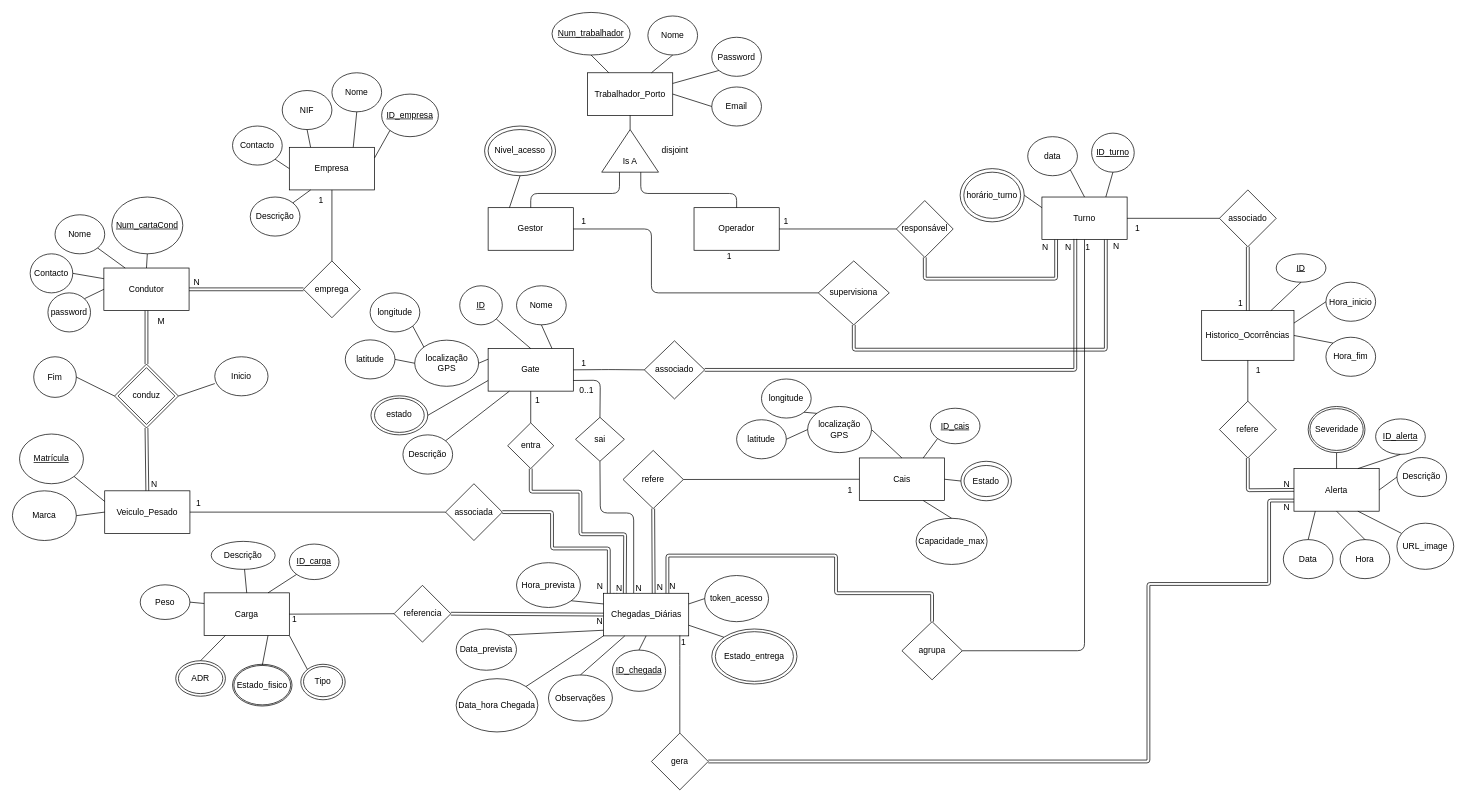
The draw.io diagram docs/BD/Relacional/DER-BD-IntelligentLogistics.drawio in PEI-HAZARDS/IntelligentLogistics, before the edit. Source tidied: cells renumbered, new cells numbered last; positions are measured from the earlier drawing's top-left corner, leaving out a move shared by most shapes. Both pictures are drawn from the tidied source at 71%, with x=0, y=0 at pixel (12, 12).
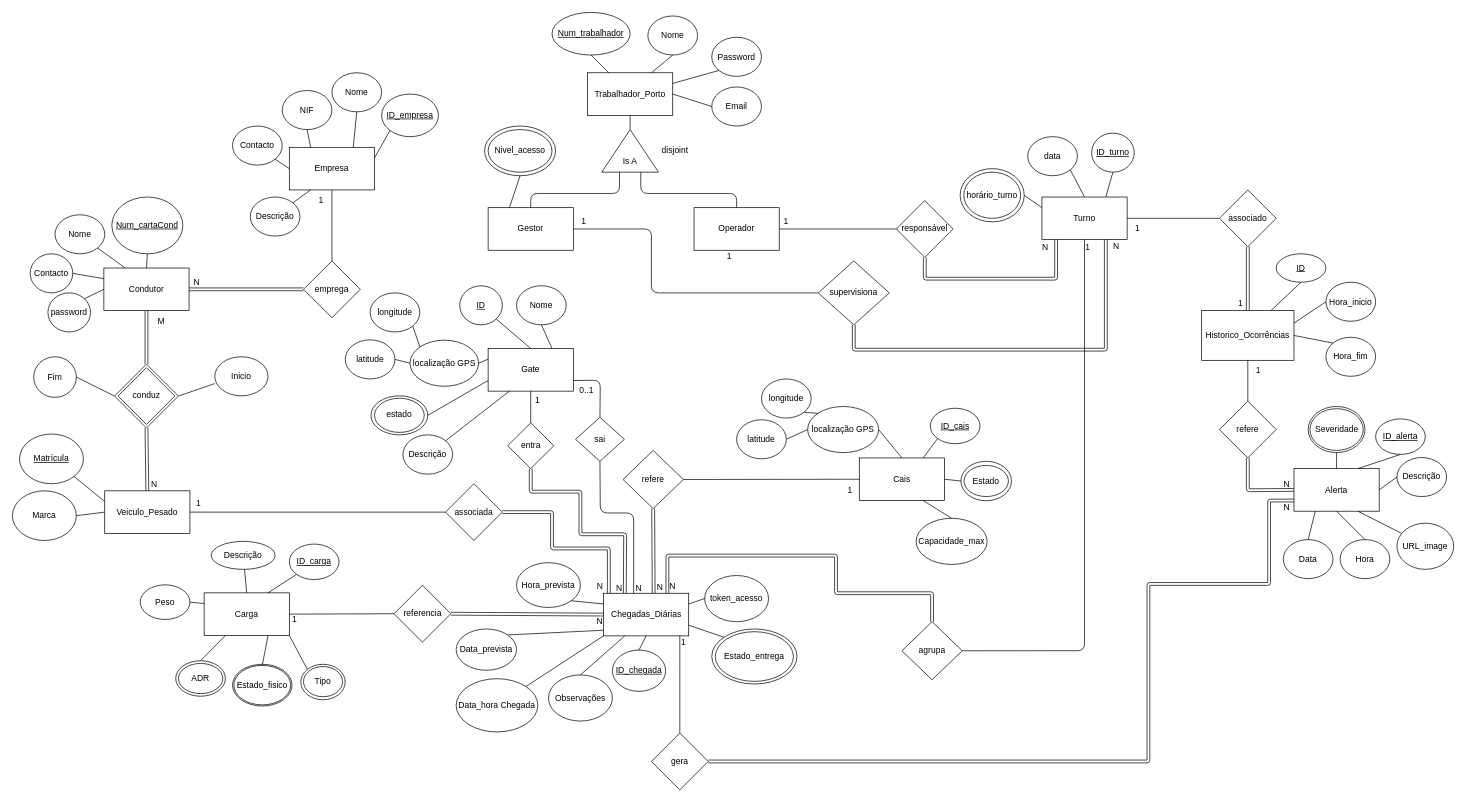
The same page after the edit.

The change refers to these unchanged cells:
```xml
<mxCell id="15" value="Turno" style="rounded=0;whiteSpace=wrap;html=1;" parent="1" vertex="1">
  <mxGeometry x="1450" y="260" width="120" height="60" as="geometry" />
</mxCell>
<mxCell id="171" value="Gate" style="rounded=0;whiteSpace=wrap;html=1;" parent="1" vertex="1">
  <mxGeometry x="670" y="473.4" width="120" height="60" as="geometry" />
</mxCell>
```

Diff of the diagram source:
```diff
@@
     <mxCell id="176" value="localização GPS" style="ellipse;whiteSpace=wrap;html=1;" parent="1" vertex="1">
-      <mxGeometry x="566.6" y="461.6" width="90" height="65" as="geometry" />
+      <mxGeometry x="560" y="461.6" width="96.6" height="65" as="geometry" />
     </mxCell>
@@
-    <mxCell id="187" value="associado" style="rhombus;whiteSpace=wrap;html=1;" parent="1" vertex="1">
-      <mxGeometry x="890" y="462.5" width="85" height="81.9" as="geometry" />
-    </mxCell>
     <mxCell id="188" value="localização GPS" style="ellipse;whiteSpace=wrap;html=1;" parent="1" vertex="1">
-      <mxGeometry x="1120" y="555" width="90" height="65" as="geometry" />
+      <mxGeometry x="1120" y="555" width="100" height="65" as="geometry" />
     </mxCell>
@@
-    <mxCell id="194" style="endArrow=none;html=1;entryX=0;entryY=0.5;entryDx=0;entryDy=0;exitX=1;exitY=0.5;exitDx=0;exitDy=0;" parent="1" edge="1" source="171" target="187">
-      <mxGeometry relative="1" as="geometry">
-        <Array as="points">
-          <mxPoint x="840" y="503" />
-        </Array>
-      </mxGeometry>
-    </mxCell>
-    <mxCell id="195" style="endArrow=none;html=1;exitX=1;exitY=0.5;exitDx=0;exitDy=0;entryX=0.392;entryY=0.983;entryDx=0;entryDy=0;shape=link;edgeStyle=orthogonalEdgeStyle;entryPerimeter=0;" parent="1" edge="1" source="187" target="15">
-      <mxGeometry relative="1" as="geometry">
-        <Array as="points">
-          <mxPoint x="1497" y="503" />
-        </Array>
-      </mxGeometry>
-    </mxCell>
-    <mxCell id="196" value="1" style="text;html=1;align=center;verticalAlign=middle;whiteSpace=wrap;rounded=0;" parent="1" vertex="1">
-      <mxGeometry x="795" y="481.6" width="20" height="25" as="geometry" />
-    </mxCell>
-    <mxCell id="197" value="N" style="text;html=1;align=center;verticalAlign=middle;whiteSpace=wrap;rounded=0;" parent="1" vertex="1">
-      <mxGeometry x="1480" y="324.1" width="15" height="13.4" as="geometry" />
-    </mxCell>
```
